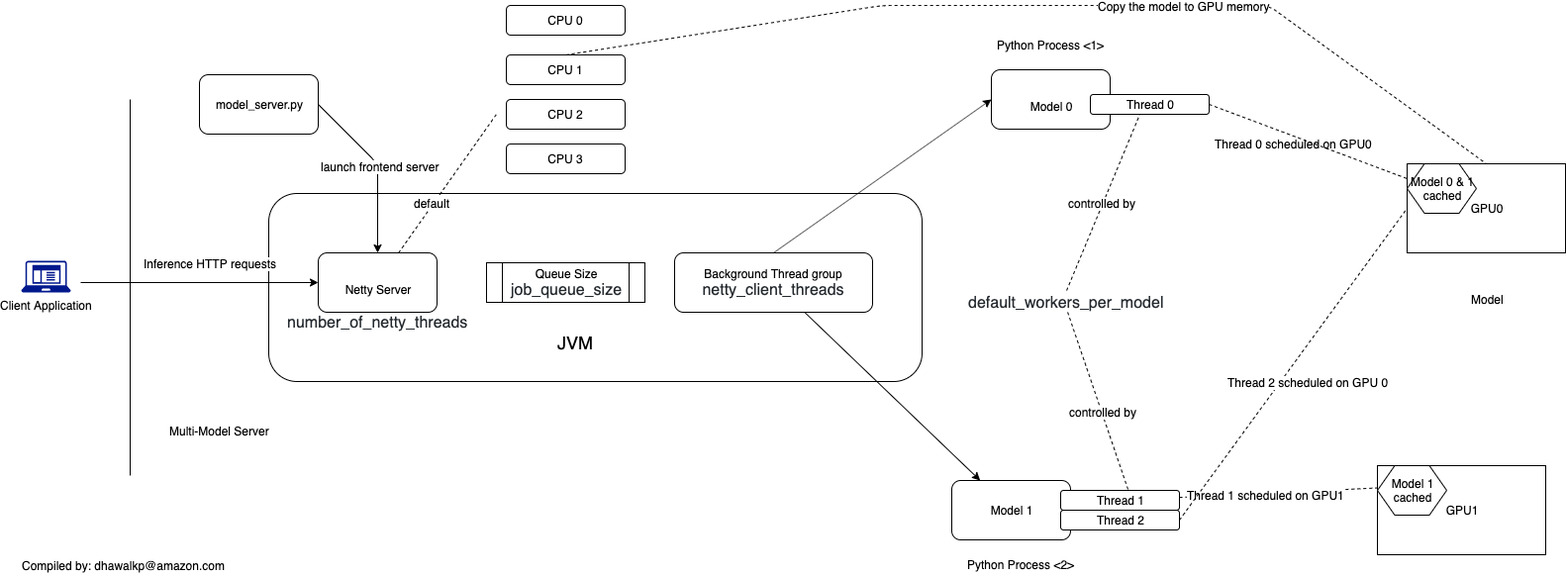
Before: MMS.png, a diagram exported from draw.io (dhawalkp/SageMaker-MMS-Performance-Tuning). Source tidied: cells renumbered, new cells last; positions are measured from the earlier drawing's top-left corner, leaving out a move shared by most shapes.
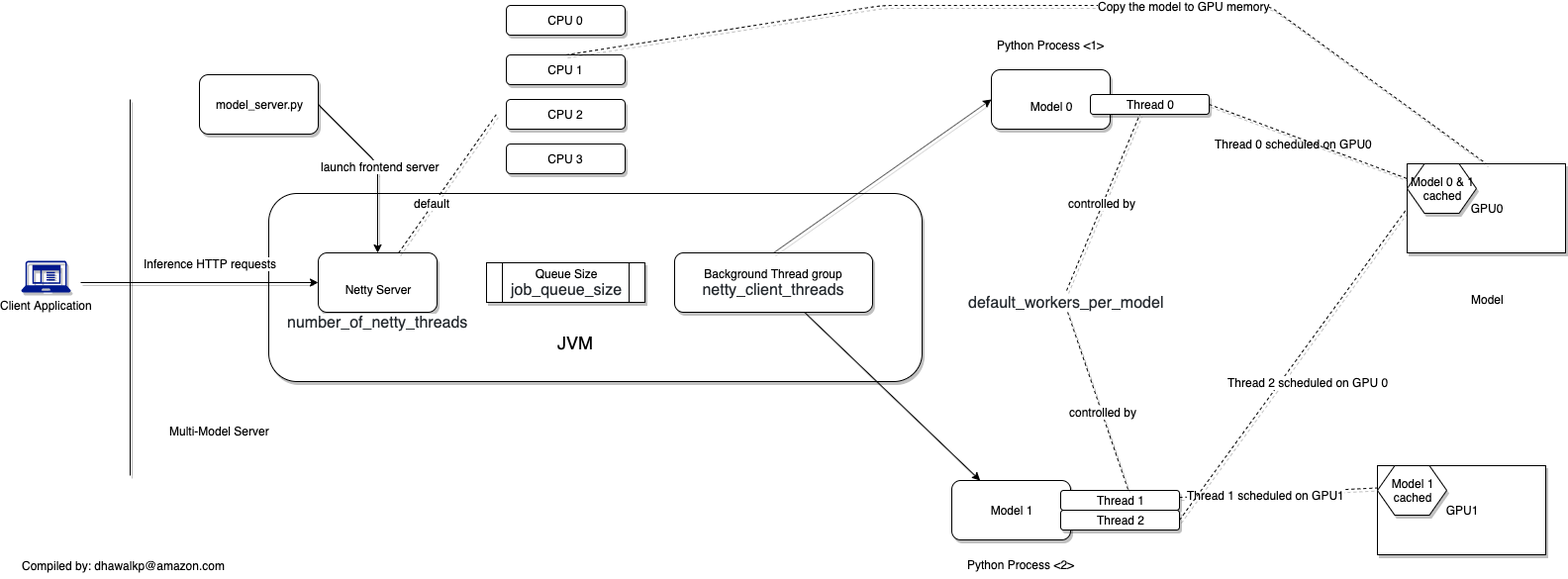
Above is the later version.

The edit, as a diff of the source:
```diff
@@ -2,109 +2,109 @@
   <root>
     <mxCell id="0" />
     <mxCell id="1" parent="0" />
-    <mxCell id="2" style="rounded=1;whiteSpace=wrap;html=1;" parent="1" vertex="1">
+    <mxCell id="2" style="rounded=1;whiteSpace=wrap;html=1;shadow=1;" parent="1" vertex="1">
       <mxGeometry x="257" y="190" width="660" height="190" as="geometry" />
     </mxCell>
-    <mxCell id="3" value="model_server.py" style="rounded=1;whiteSpace=wrap;html=1;" parent="1" vertex="1">
+    <mxCell id="3" value="model_server.py" style="rounded=1;whiteSpace=wrap;html=1;shadow=1;" parent="1" vertex="1">
       <mxGeometry x="187" y="70" width="120" height="60" as="geometry" />
     </mxCell>
-    <mxCell id="4" value="&lt;br&gt;Netty Server" style="rounded=1;whiteSpace=wrap;html=1;" parent="1" vertex="1">
+    <mxCell id="4" value="&lt;br&gt;Netty Server" style="rounded=1;whiteSpace=wrap;html=1;shadow=1;" parent="1" vertex="1">
       <mxGeometry x="307" y="250" width="120" height="60" as="geometry" />
     </mxCell>
-    <mxCell id="5" style="endArrow=classic;html=1;entryX=0;entryY=0.5;entryDx=0;entryDy=0;" parent="1" edge="1" target="4">
+    <mxCell id="5" style="endArrow=classic;html=1;entryX=0;entryY=0.5;entryDx=0;entryDy=0;shadow=1;" parent="1" edge="1" target="4">
       <mxGeometry relative="1" as="geometry">
         <mxPoint x="67" y="280" as="sourcePoint" />
       </mxGeometry>
     </mxCell>
-    <mxCell id="6" value="Inference HTTP requests" style="text;html=1;align=center;verticalAlign=middle;labelBackgroundColor=#ffffff;" parent="5" vertex="1">
+    <mxCell id="6" value="Inference HTTP requests" style="text;html=1;align=center;verticalAlign=middle;labelBackgroundColor=#ffffff;shadow=1;" parent="5" vertex="1">
       <mxGeometry x="-0.62" relative="1" as="geometry">
         <mxPoint x="84" y="-20" as="offset" />
       </mxGeometry>
     </mxCell>
-    <mxCell id="7" style="endArrow=classic;html=1;exitX=1;exitY=0.5;exitDx=0;exitDy=0;entryX=0.5;entryY=0;entryDx=0;entryDy=0;" parent="1" edge="1" source="3" target="4">
+    <mxCell id="7" style="endArrow=classic;html=1;exitX=1;exitY=0.5;exitDx=0;exitDy=0;entryX=0.5;entryY=0;entryDx=0;entryDy=0;shadow=1;" parent="1" edge="1" source="3" target="4">
       <mxGeometry relative="1" as="geometry">
         <Array as="points">
           <mxPoint x="367" y="160" />
         </Array>
       </mxGeometry>
     </mxCell>
-    <mxCell id="8" value="launch frontend server" style="text;html=1;align=center;verticalAlign=middle;labelBackgroundColor=#ffffff;" parent="7" vertex="1">
+    <mxCell id="8" value="launch frontend server" style="text;html=1;align=center;verticalAlign=middle;labelBackgroundColor=#ffffff;shadow=1;" parent="7" vertex="1">
       <mxGeometry y="2" relative="1" as="geometry" />
     </mxCell>
-    <mxCell id="9" value="&lt;span style=&quot;color: rgb(36 , 41 , 46) ; font-family: , , &amp;#34;segoe ui&amp;#34; , &amp;#34;helvetica&amp;#34; , &amp;#34;arial&amp;#34; , sans-serif , &amp;#34;apple color emoji&amp;#34; , &amp;#34;segoe ui emoji&amp;#34; ; font-size: 16px ; text-align: left ; white-space: normal ; background-color: rgb(255 , 255 , 255)&quot;&gt;number_of_netty_threads&lt;/span&gt;" style="text;html=1;align=center;verticalAlign=middle;" parent="1" vertex="1">
+    <mxCell id="9" value="&lt;span style=&quot;color: rgb(36 , 41 , 46) ; font-family: , , &amp;#34;segoe ui&amp;#34; , &amp;#34;helvetica&amp;#34; , &amp;#34;arial&amp;#34; , sans-serif , &amp;#34;apple color emoji&amp;#34; , &amp;#34;segoe ui emoji&amp;#34; ; font-size: 16px ; text-align: left ; white-space: normal ; background-color: rgb(255 , 255 , 255)&quot;&gt;number_of_netty_threads&lt;/span&gt;" style="text;html=1;align=center;verticalAlign=middle;shadow=1;" parent="1" vertex="1">
       <mxGeometry x="267" y="310" width="200" height="20" as="geometry" />
     </mxCell>
-    <mxCell id="10" value="&lt;br&gt;Model 0" style="rounded=1;whiteSpace=wrap;html=1;" parent="1" vertex="1">
+    <mxCell id="10" value="&lt;br&gt;Model 0" style="rounded=1;whiteSpace=wrap;html=1;shadow=1;" parent="1" vertex="1">
       <mxGeometry x="987" y="65" width="120" height="60" as="geometry" />
     </mxCell>
-    <mxCell id="11" value="Model 1" style="rounded=1;whiteSpace=wrap;html=1;" parent="1" vertex="1">
+    <mxCell id="11" value="Model 1" style="rounded=1;whiteSpace=wrap;html=1;shadow=1;" parent="1" vertex="1">
       <mxGeometry x="947" y="480" width="120" height="60" as="geometry" />
     </mxCell>
-    <mxCell id="12" value="Queue Size&lt;br&gt;&lt;span style=&quot;color: rgb(36 , 41 , 46) ; font-family: , , &amp;#34;segoe ui&amp;#34; , &amp;#34;helvetica&amp;#34; , &amp;#34;arial&amp;#34; , sans-serif , &amp;#34;apple color emoji&amp;#34; , &amp;#34;segoe ui emoji&amp;#34; ; font-size: 16px ; text-align: left ; background-color: rgb(255 , 255 , 255)&quot;&gt;job_queue_size&lt;/span&gt;" style="shape=process;whiteSpace=wrap;html=1;backgroundOutline=1;" parent="1" vertex="1">
+    <mxCell id="12" value="Queue Size&lt;br&gt;&lt;span style=&quot;color: rgb(36 , 41 , 46) ; font-family: , , &amp;#34;segoe ui&amp;#34; , &amp;#34;helvetica&amp;#34; , &amp;#34;arial&amp;#34; , sans-serif , &amp;#34;apple color emoji&amp;#34; , &amp;#34;segoe ui emoji&amp;#34; ; font-size: 16px ; text-align: left ; background-color: rgb(255 , 255 , 255)&quot;&gt;job_queue_size&lt;/span&gt;" style="shape=process;whiteSpace=wrap;html=1;backgroundOutline=1;shadow=1;" parent="1" vertex="1">
       <mxGeometry x="477" y="260" width="160" height="40" as="geometry" />
     </mxCell>
-    <mxCell id="13" value="Background Thread group&lt;br&gt;&lt;span style=&quot;color: rgb(36 , 41 , 46) ; font-size: 16px ; text-align: left ; background-color: rgb(255 , 255 , 255)&quot;&gt;netty_client_threads&lt;/span&gt;" style="rounded=1;whiteSpace=wrap;html=1;" parent="1" vertex="1">
+    <mxCell id="13" value="Background Thread group&lt;br&gt;&lt;span style=&quot;color: rgb(36 , 41 , 46) ; font-size: 16px ; text-align: left ; background-color: rgb(255 , 255 , 255)&quot;&gt;netty_client_threads&lt;/span&gt;" style="rounded=1;whiteSpace=wrap;html=1;shadow=1;" parent="1" vertex="1">
       <mxGeometry x="667" y="250" width="200" height="60" as="geometry" />
     </mxCell>
-    <mxCell id="14" style="endArrow=classic;html=1;exitX=0.5;exitY=0;exitDx=0;exitDy=0;entryX=0;entryY=0.5;entryDx=0;entryDy=0;" parent="1" edge="1" source="13" target="10">
+    <mxCell id="14" style="endArrow=classic;html=1;exitX=0.5;exitY=0;exitDx=0;exitDy=0;entryX=0;entryY=0.5;entryDx=0;entryDy=0;shadow=1;" parent="1" edge="1" source="13" target="10">
       <mxGeometry relative="1" as="geometry" />
     </mxCell>
-    <mxCell id="15" style="endArrow=classic;html=1;" parent="1" edge="1" source="13" target="11">
+    <mxCell id="15" style="endArrow=classic;html=1;shadow=1;" parent="1" edge="1" source="13" target="11">
       <mxGeometry relative="1" as="geometry" />
     </mxCell>
-    <mxCell id="16" value="GPU0" style="rounded=0;whiteSpace=wrap;html=1;" parent="1" vertex="1">
+    <mxCell id="16" value="GPU0" style="rounded=0;whiteSpace=wrap;html=1;shadow=1;" parent="1" vertex="1">
       <mxGeometry x="1407" y="160" width="160" height="90" as="geometry" />
     </mxCell>
-    <mxCell id="17" value="GPU1" style="rounded=0;whiteSpace=wrap;html=1;" parent="1" vertex="1">
+    <mxCell id="17" value="GPU1" style="rounded=0;whiteSpace=wrap;html=1;shadow=1;" parent="1" vertex="1">
       <mxGeometry x="1377" y="465" width="170" height="90" as="geometry" />
     </mxCell>
-    <mxCell id="18" value="Python Process &amp;lt;1&amp;gt;" style="text;html=1;align=center;verticalAlign=middle;" parent="1" vertex="1">
+    <mxCell id="18" value="Python Process &amp;lt;1&amp;gt;" style="text;html=1;align=center;verticalAlign=middle;shadow=1;" parent="1" vertex="1">
       <mxGeometry x="987" y="30" width="120" height="20" as="geometry" />
     </mxCell>
-    <mxCell id="19" value="Python Process &amp;lt;2&amp;gt;" style="text;html=1;align=center;verticalAlign=middle;" parent="1" vertex="1">
+    <mxCell id="19" value="Python Process &amp;lt;2&amp;gt;" style="text;html=1;align=center;verticalAlign=middle;shadow=1;" parent="1" vertex="1">
       <mxGeometry x="957" y="555" width="120" height="20" as="geometry" />
     </mxCell>
-    <mxCell id="20" value="Thread 1" style="rounded=1;whiteSpace=wrap;html=1;" parent="1" vertex="1">
+    <mxCell id="20" value="Thread 1" style="rounded=1;whiteSpace=wrap;html=1;shadow=1;" parent="1" vertex="1">
       <mxGeometry x="1057" y="490" width="120" height="20" as="geometry" />
     </mxCell>
-    <mxCell id="21" value="CPU 3" style="rounded=1;whiteSpace=wrap;html=1;" parent="1" vertex="1">
+    <mxCell id="21" value="CPU 3" style="rounded=1;whiteSpace=wrap;html=1;shadow=1;" parent="1" vertex="1">
       <mxGeometry x="497" y="140" width="120" height="30" as="geometry" />
     </mxCell>
-    <mxCell id="22" value="CPU 2" style="rounded=1;whiteSpace=wrap;html=1;" parent="1" vertex="1">
+    <mxCell id="22" value="CPU 2" style="rounded=1;whiteSpace=wrap;html=1;shadow=1;" parent="1" vertex="1">
       <mxGeometry x="497" y="95" width="120" height="30" as="geometry" />
     </mxCell>
-    <mxCell id="23" value="CPU 1" style="rounded=1;whiteSpace=wrap;html=1;" parent="1" vertex="1">
+    <mxCell id="23" value="CPU 1" style="rounded=1;whiteSpace=wrap;html=1;shadow=1;" parent="1" vertex="1">
       <mxGeometry x="497" y="50" width="120" height="30" as="geometry" />
     </mxCell>
-    <mxCell id="24" value="&lt;span style=&quot;color: rgb(36 , 41 , 46) ; font-family: , , &amp;#34;segoe ui&amp;#34; , &amp;#34;helvetica&amp;#34; , &amp;#34;arial&amp;#34; , sans-serif , &amp;#34;apple color emoji&amp;#34; , &amp;#34;segoe ui emoji&amp;#34; ; font-size: 16px ; text-align: left ; white-space: normal ; background-color: rgb(255 , 255 , 255)&quot;&gt;default_workers_per_model&lt;/span&gt;" style="text;html=1;align=center;verticalAlign=middle;points=[];" parent="1" vertex="1">
+    <mxCell id="24" value="&lt;span style=&quot;color: rgb(36 , 41 , 46) ; font-family: , , &amp;#34;segoe ui&amp;#34; , &amp;#34;helvetica&amp;#34; , &amp;#34;arial&amp;#34; , sans-serif , &amp;#34;apple color emoji&amp;#34; , &amp;#34;segoe ui emoji&amp;#34; ; font-size: 16px ; text-align: left ; white-space: normal ; background-color: rgb(255 , 255 , 255)&quot;&gt;default_workers_per_model&lt;/span&gt;" style="text;html=1;align=center;verticalAlign=middle;points=[];shadow=1;" parent="1" vertex="1">
       <mxGeometry x="957" y="290" width="210" height="20" as="geometry" />
     </mxCell>
-    <mxCell id="25" value="Thread 0" style="rounded=1;whiteSpace=wrap;html=1;" parent="1" vertex="1">
+    <mxCell id="25" value="Thread 0" style="rounded=1;whiteSpace=wrap;html=1;shadow=1;" parent="1" vertex="1">
       <mxGeometry x="1087" y="90" width="120" height="20" as="geometry" />
     </mxCell>
-    <mxCell id="26" style="endArrow=none;dashed=1;html=1;exitX=1;exitY=0.5;exitDx=0;exitDy=0;" parent="1" edge="1" source="25" target="16">
+    <mxCell id="26" style="endArrow=none;dashed=1;html=1;exitX=1;exitY=0.5;exitDx=0;exitDy=0;shadow=1;" parent="1" edge="1" source="25" target="16">
       <mxGeometry relative="1" as="geometry" />
     </mxCell>
-    <mxCell id="27" style="endArrow=none;dashed=1;html=1;entryX=0;entryY=0.25;entryDx=0;entryDy=0;" parent="1" edge="1" source="20" target="17">
+    <mxCell id="27" style="endArrow=none;dashed=1;html=1;entryX=0;entryY=0.25;entryDx=0;entryDy=0;shadow=1;" parent="1" edge="1" source="20" target="17">
       <mxGeometry relative="1" as="geometry" />
     </mxCell>
-    <mxCell id="28" value="Thread 1 scheduled on GPU1" style="text;html=1;align=center;verticalAlign=middle;labelBackgroundColor=#ffffff;" parent="27" vertex="1">
+    <mxCell id="28" value="Thread 1 scheduled on GPU1" style="text;html=1;align=center;verticalAlign=middle;labelBackgroundColor=#ffffff;shadow=1;" parent="27" vertex="1">
       <mxGeometry x="-0.12" y="-2" relative="1" as="geometry">
         <mxPoint x="-1" as="offset" />
       </mxGeometry>
     </mxCell>
-    <mxCell id="29" value="Thread 2" style="rounded=1;whiteSpace=wrap;html=1;" parent="1" vertex="1">
+    <mxCell id="29" value="Thread 2" style="rounded=1;whiteSpace=wrap;html=1;shadow=1;" parent="1" vertex="1">
       <mxGeometry x="1057" y="510" width="120" height="20" as="geometry" />
     </mxCell>
-    <mxCell id="30" style="endArrow=none;dashed=1;html=1;exitX=1;exitY=0.5;exitDx=0;exitDy=0;entryX=0;entryY=0.5;entryDx=0;entryDy=0;" parent="1" edge="1" source="29" target="16">
+    <mxCell id="30" style="endArrow=none;dashed=1;html=1;exitX=1;exitY=0.5;exitDx=0;exitDy=0;entryX=0;entryY=0.5;entryDx=0;entryDy=0;shadow=1;" parent="1" edge="1" source="29" target="16">
       <mxGeometry relative="1" as="geometry" />
     </mxCell>
-    <mxCell id="31" value="Thread 2 scheduled on GPU 0" style="text;html=1;align=center;verticalAlign=middle;labelBackgroundColor=#ffffff;" parent="30" vertex="1">
+    <mxCell id="31" value="Thread 2 scheduled on GPU 0" style="text;html=1;align=center;verticalAlign=middle;labelBackgroundColor=#ffffff;shadow=1;" parent="30" vertex="1">
       <mxGeometry x="0.04" y="3" relative="1" as="geometry">
         <mxPoint x="12.7" y="25.7" as="offset" />
       </mxGeometry>
     </mxCell>
-    <mxCell id="32" style="endArrow=none;dashed=1;html=1;exitX=0.5;exitY=0;exitDx=0;exitDy=0;entryX=0.5;entryY=0;entryDx=0;entryDy=0;" parent="1" edge="1" source="23" target="16">
+    <mxCell id="32" style="endArrow=none;dashed=1;html=1;exitX=0.5;exitY=0;exitDx=0;exitDy=0;entryX=0.5;entryY=0;entryDx=0;entryDy=0;shadow=1;" parent="1" edge="1" source="23" target="16">
       <mxGeometry relative="1" as="geometry">
         <Array as="points">
           <mxPoint x="877" />
@@ -112,62 +112,62 @@
         </Array>
       </mxGeometry>
     </mxCell>
-    <mxCell id="33" value="Model" style="text;html=1;align=center;verticalAlign=middle;labelBackgroundColor=#ffffff;" parent="32" vertex="1">
+    <mxCell id="33" value="Model" style="text;html=1;align=center;verticalAlign=middle;labelBackgroundColor=#ffffff;shadow=1;" parent="32" vertex="1">
       <mxGeometry x="0.63" y="-31" relative="1" as="geometry">
         <mxPoint x="165.8" y="217.8" as="offset" />
       </mxGeometry>
     </mxCell>
-    <mxCell id="34" value="Copy the model to GPU memory" style="text;html=1;align=center;verticalAlign=middle;labelBackgroundColor=#ffffff;" parent="32" vertex="1">
+    <mxCell id="34" value="Copy the model to GPU memory" style="text;html=1;align=center;verticalAlign=middle;labelBackgroundColor=#ffffff;shadow=1;" parent="32" vertex="1">
       <mxGeometry x="0.27" relative="1" as="geometry" />
     </mxCell>
-    <mxCell id="35" value="&lt;font style=&quot;font-size: 18px&quot;&gt;JVM&lt;/font&gt;" style="text;html=1;align=center;verticalAlign=middle;" parent="1" vertex="1">
+    <mxCell id="35" value="&lt;font style=&quot;font-size: 18px&quot;&gt;JVM&lt;/font&gt;" style="text;html=1;align=center;verticalAlign=middle;shadow=1;" parent="1" vertex="1">
       <mxGeometry x="542" y="330" width="50" height="20" as="geometry" />
     </mxCell>
-    <mxCell id="36" value="Model 0 &amp;amp; 1&lt;br&gt;cached" style="shape=hexagon;perimeter=hexagonPerimeter2;whiteSpace=wrap;html=1;" parent="1" vertex="1">
+    <mxCell id="36" value="Model 0 &amp;amp; 1&lt;br&gt;cached" style="shape=hexagon;perimeter=hexagonPerimeter2;whiteSpace=wrap;html=1;shadow=1;" parent="1" vertex="1">
       <mxGeometry x="1407" y="160" width="70" height="50" as="geometry" />
     </mxCell>
-    <mxCell id="37" value="Model 1&lt;br&gt;cached" style="shape=hexagon;perimeter=hexagonPerimeter2;whiteSpace=wrap;html=1;" parent="1" vertex="1">
+    <mxCell id="37" value="Model 1&lt;br&gt;cached" style="shape=hexagon;perimeter=hexagonPerimeter2;whiteSpace=wrap;html=1;shadow=1;" parent="1" vertex="1">
       <mxGeometry x="1377" y="465" width="70" height="50" as="geometry" />
     </mxCell>
-    <mxCell id="38" style="endArrow=none;dashed=1;html=1;entryX=0.417;entryY=1;entryDx=0;entryDy=0;entryPerimeter=0;exitX=0.505;exitY=-0.1;exitDx=0;exitDy=0;exitPerimeter=0;" parent="1" edge="1" source="24" target="25">
+    <mxCell id="38" style="endArrow=none;dashed=1;html=1;entryX=0.417;entryY=1;entryDx=0;entryDy=0;entryPerimeter=0;exitX=0.505;exitY=-0.1;exitDx=0;exitDy=0;exitPerimeter=0;shadow=1;" parent="1" edge="1" source="24" target="25">
       <mxGeometry relative="1" as="geometry" />
     </mxCell>
-    <mxCell id="39" value="controlled by" style="text;html=1;align=center;verticalAlign=middle;labelBackgroundColor=#ffffff;" parent="38" vertex="1">
+    <mxCell id="39" value="controlled by" style="text;html=1;align=center;verticalAlign=middle;labelBackgroundColor=#ffffff;shadow=1;" parent="38" vertex="1">
       <mxGeometry x="-0.01" y="1" relative="1" as="geometry" />
     </mxCell>
-    <mxCell id="40" style="endArrow=none;dashed=1;html=1;exitX=0.51;exitY=1;exitDx=0;exitDy=0;exitPerimeter=0;entryX=0.567;entryY=-0.05;entryDx=0;entryDy=0;entryPerimeter=0;" parent="1" edge="1" source="24" target="20">
+    <mxCell id="40" style="endArrow=none;dashed=1;html=1;exitX=0.51;exitY=1;exitDx=0;exitDy=0;exitPerimeter=0;entryX=0.567;entryY=-0.05;entryDx=0;entryDy=0;entryPerimeter=0;shadow=1;" parent="1" edge="1" source="24" target="20">
       <mxGeometry relative="1" as="geometry" />
     </mxCell>
-    <mxCell id="41" value="controlled by" style="text;html=1;align=center;verticalAlign=middle;labelBackgroundColor=#ffffff;" parent="40" vertex="1">
+    <mxCell id="41" value="controlled by" style="text;html=1;align=center;verticalAlign=middle;labelBackgroundColor=#ffffff;shadow=1;" parent="40" vertex="1">
       <mxGeometry x="0.13" y="1" relative="1" as="geometry" />
     </mxCell>
-    <mxCell id="42" value="Thread 0 scheduled on GPU0" style="text;html=1;align=center;verticalAlign=middle;" parent="1" vertex="1">
+    <mxCell id="42" value="Thread 0 scheduled on GPU0" style="text;html=1;align=center;verticalAlign=middle;shadow=1;" parent="1" vertex="1">
       <mxGeometry x="1207" y="130" width="170" height="20" as="geometry" />
     </mxCell>
-    <mxCell id="43" style="endArrow=none;dashed=1;html=1;" parent="1" edge="1" source="4">
+    <mxCell id="43" style="endArrow=none;dashed=1;html=1;shadow=1;" parent="1" edge="1" source="4">
       <mxGeometry relative="1" as="geometry">
         <mxPoint x="487" y="110" as="targetPoint" />
       </mxGeometry>
     </mxCell>
-    <mxCell id="44" value="default" style="text;html=1;align=center;verticalAlign=middle;labelBackgroundColor=#ffffff;" parent="43" vertex="1">
+    <mxCell id="44" value="default" style="text;html=1;align=center;verticalAlign=middle;labelBackgroundColor=#ffffff;shadow=1;" parent="43" vertex="1">
       <mxGeometry x="-0.3" y="2" relative="1" as="geometry" />
     </mxCell>
-    <mxCell id="45" value="CPU 0" style="rounded=1;whiteSpace=wrap;html=1;" parent="1" vertex="1">
+    <mxCell id="45" value="CPU 0" style="rounded=1;whiteSpace=wrap;html=1;shadow=1;" parent="1" vertex="1">
       <mxGeometry x="497" width="120" height="30" as="geometry" />
     </mxCell>
-    <mxCell id="46" value="Client Application" style="shadow=0;dashed=0;html=1;strokeColor=none;labelPosition=center;verticalLabelPosition=bottom;verticalAlign=top;align=center;fillColor=#00188D;shape=mxgraph.mscae.enterprise.client_application;" parent="1" vertex="1">
+    <mxCell id="46" value="Client Application" style="shadow=1;dashed=0;html=1;strokeColor=none;labelPosition=center;verticalLabelPosition=bottom;verticalAlign=top;align=center;fillColor=#00188D;shape=mxgraph.mscae.enterprise.client_application;" parent="1" vertex="1">
       <mxGeometry x="7" y="258" width="50" height="32" as="geometry" />
     </mxCell>
-    <mxCell id="47" style="endArrow=none;html=1;" parent="1" edge="1">
+    <mxCell id="47" style="endArrow=none;html=1;shadow=1;" parent="1" edge="1">
       <mxGeometry relative="1" as="geometry">
         <mxPoint x="117" y="475" as="sourcePoint" />
         <mxPoint x="117" y="95" as="targetPoint" />
       </mxGeometry>
     </mxCell>
-    <mxCell id="48" value="Multi-Model Server" style="text;html=1;align=center;verticalAlign=middle;" parent="1" vertex="1">
+    <mxCell id="48" value="Multi-Model Server" style="text;html=1;align=center;verticalAlign=middle;shadow=1;" parent="1" vertex="1">
       <mxGeometry x="147" y="420" width="120" height="20" as="geometry" />
     </mxCell>
-    <mxCell id="49" value="Compiled by: dhawalkp@amazon.com" style="text;html=1;align=center;verticalAlign=middle;" parent="1" vertex="1">
+    <mxCell id="49" value="Compiled by: dhawalkp@amazon.com" style="text;html=1;align=center;verticalAlign=middle;shadow=1;" parent="1" vertex="1">
       <mxGeometry y="556" width="220" height="20" as="geometry" />
     </mxCell>
   </root>
```
